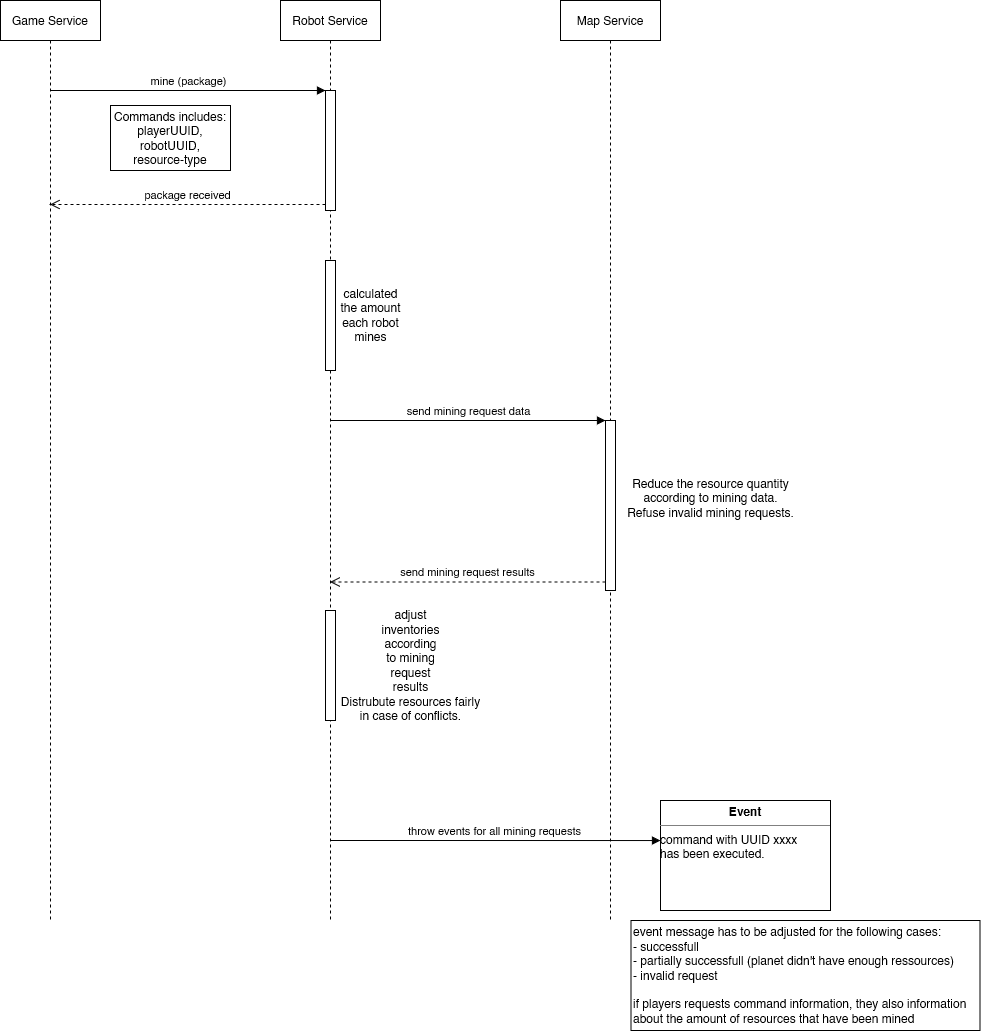
The-Microservice-Dungeon/decisionlog keeps this draw.io diagram as _decisions/images/robot-mining-seq.png. Above is the earlier version. Source tidied: cells renumbered, new cells last; positions are measured from the earlier drawing's top-left corner, leaving out a move shared by most shapes.
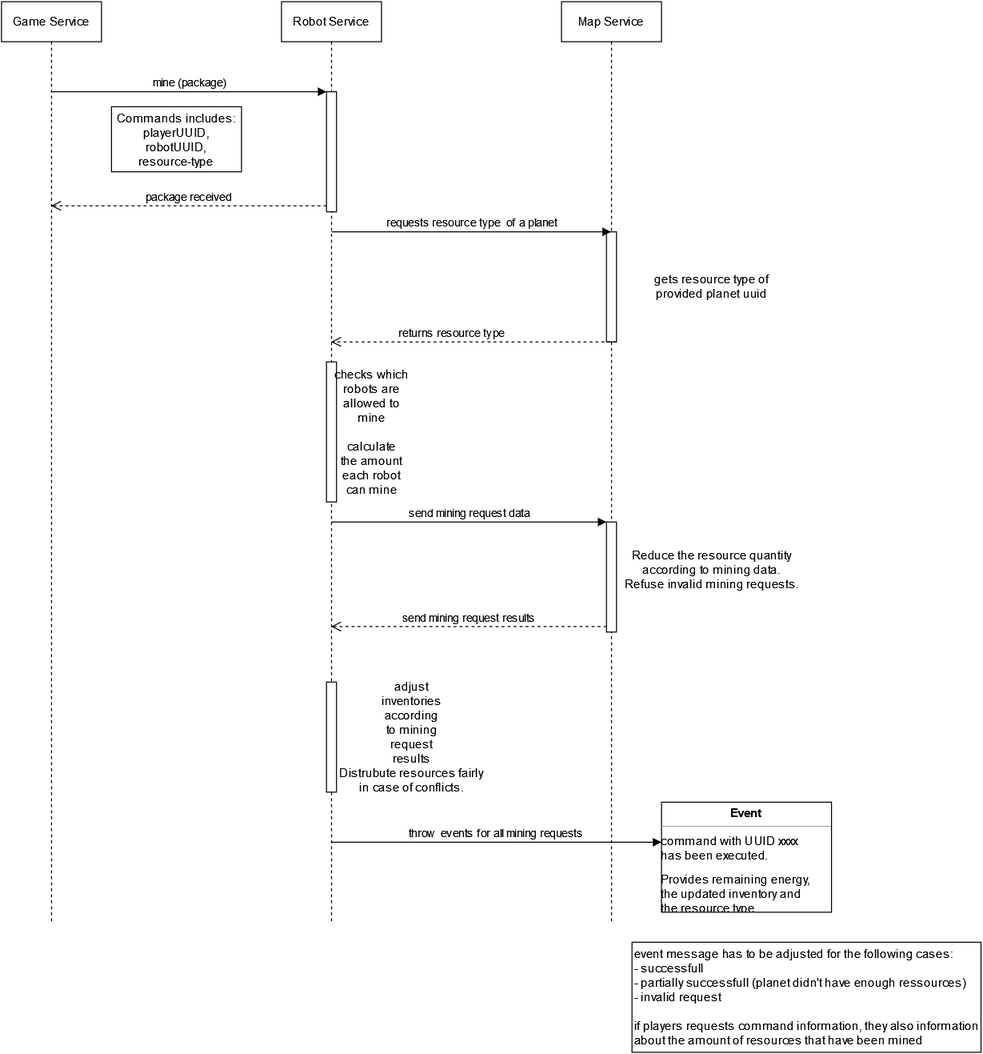
After the commit.

Change to the diagram source:
```diff
@@ -11,17 +11,17 @@
     <mxCell id="4" style="html=1;points=[];perimeter=orthogonalPerimeter;" parent="3" vertex="1">
       <mxGeometry x="45" y="90" width="10" height="120" as="geometry" />
     </mxCell>
-    <mxCell id="5" value="&lt;div&gt;calculated&lt;/div&gt;&lt;div&gt;the amount&lt;/div&gt;&lt;div&gt;each robot&lt;/div&gt;&lt;div&gt;mines&lt;br&gt;&lt;/div&gt;" style="html=1;perimeter=orthogonalPerimeter;spacingLeft=80;" parent="3" vertex="1">
-      <mxGeometry x="45" y="260" width="10" height="110" as="geometry" />
+    <mxCell id="5" value="&lt;div&gt;checks which &lt;br&gt;robots are &lt;br&gt;allowed to &lt;br&gt;mine&lt;br&gt;&lt;br&gt;calculate&lt;/div&gt;&lt;div&gt;the amount&lt;/div&gt;&lt;div&gt;each robot&lt;/div&gt;&lt;div&gt;can mine&lt;br&gt;&lt;/div&gt;" style="html=1;perimeter=orthogonalPerimeter;spacingLeft=80;" parent="3" vertex="1">
+      <mxGeometry x="45" y="360" width="10" height="140" as="geometry" />
     </mxCell>
     <mxCell id="6" value="&lt;div&gt;adjust&lt;/div&gt;&lt;div&gt;inventories&lt;/div&gt;&lt;div&gt;according&lt;/div&gt;&lt;div&gt;to mining&lt;/div&gt;&lt;div&gt;request&lt;/div&gt;&lt;div&gt;results&lt;/div&gt;&lt;div&gt;&lt;div&gt;Distrubute resources fairly&lt;/div&gt;&lt;div&gt;in case of conflicts.&lt;/div&gt;&lt;/div&gt;" style="html=1;perimeter=orthogonalPerimeter;spacingLeft=160;" parent="3" vertex="1">
-      <mxGeometry x="45" y="610" width="10" height="110" as="geometry" />
+      <mxGeometry x="45" y="680" width="10" height="110" as="geometry" />
     </mxCell>
-    <mxCell id="7" value="&lt;p style=&quot;margin: 0px ; margin-top: 4px ; text-align: center&quot;&gt;&lt;b&gt;Event&lt;/b&gt;&lt;/p&gt;&lt;hr size=&quot;1&quot;&gt;&lt;div style=&quot;height: 2px&quot;&gt;command with UUID xxxx&lt;/div&gt;&lt;div style=&quot;height: 2px&quot;&gt;&lt;br&gt;&lt;/div&gt;&lt;div style=&quot;height: 2px&quot;&gt;&lt;br&gt;&lt;/div&gt;&lt;div style=&quot;height: 2px&quot;&gt;&lt;br&gt;&lt;/div&gt;&lt;div style=&quot;height: 2px&quot;&gt;&lt;br&gt;&lt;/div&gt;&lt;div style=&quot;height: 2px&quot;&gt;&lt;br&gt;&lt;/div&gt;&lt;div style=&quot;height: 2px&quot;&gt;&lt;br&gt;&lt;/div&gt;&lt;div style=&quot;height: 2px&quot;&gt;has been executed.&lt;/div&gt;&lt;div style=&quot;height: 2px&quot;&gt;&lt;br&gt;&lt;/div&gt;&lt;div style=&quot;height: 2px&quot;&gt;&lt;br&gt;&lt;/div&gt;&lt;div style=&quot;height: 2px&quot;&gt;&lt;br&gt;&lt;/div&gt;&lt;div style=&quot;height: 2px&quot;&gt;&lt;br&gt;&lt;/div&gt;&lt;div style=&quot;height: 2px&quot;&gt;&lt;br&gt;&lt;/div&gt;&lt;div style=&quot;height: 2px&quot;&gt;&lt;br&gt;&lt;/div&gt;&lt;div style=&quot;height: 2px&quot;&gt;&lt;br&gt;&lt;/div&gt;&lt;div style=&quot;height: 2px&quot;&gt;&lt;br&gt;&lt;/div&gt;&lt;div style=&quot;height: 2px&quot;&gt;&lt;br&gt;&lt;/div&gt;&lt;div style=&quot;height: 2px&quot;&gt;&lt;br&gt;&lt;/div&gt;&lt;div style=&quot;height: 2px&quot;&gt;&lt;br&gt;&lt;/div&gt;&lt;div style=&quot;height: 2px&quot;&gt;&lt;br&gt;&lt;/div&gt;" style="verticalAlign=top;align=left;overflow=fill;fontSize=12;fontFamily=Helvetica;html=1;" parent="1" vertex="1">
+    <mxCell id="7" value="&lt;p style=&quot;margin: 0px ; margin-top: 4px ; text-align: center&quot;&gt;&lt;b&gt;Event&lt;/b&gt;&lt;/p&gt;&lt;hr size=&quot;1&quot;&gt;&lt;div style=&quot;height: 2px&quot;&gt;command with UUID xxxx&lt;/div&gt;&lt;div style=&quot;height: 2px&quot;&gt;&lt;br&gt;&lt;/div&gt;&lt;div style=&quot;height: 2px&quot;&gt;&lt;br&gt;&lt;/div&gt;&lt;div style=&quot;height: 2px&quot;&gt;&lt;br&gt;&lt;/div&gt;&lt;div style=&quot;height: 2px&quot;&gt;&lt;br&gt;&lt;/div&gt;&lt;div style=&quot;height: 2px&quot;&gt;&lt;br&gt;&lt;/div&gt;&lt;div style=&quot;height: 2px&quot;&gt;&lt;br&gt;&lt;/div&gt;&lt;div style=&quot;height: 2px&quot;&gt;has been executed.&lt;/div&gt;&lt;div style=&quot;height: 2px&quot;&gt;&lt;br&gt;&lt;/div&gt;&lt;div style=&quot;height: 2px&quot;&gt;&lt;br&gt;&lt;/div&gt;&lt;div style=&quot;height: 2px&quot;&gt;&lt;br&gt;&lt;/div&gt;&lt;div style=&quot;height: 2px&quot;&gt;&lt;br&gt;&lt;/div&gt;&lt;div style=&quot;height: 2px&quot;&gt;&lt;br&gt;&lt;/div&gt;&lt;div style=&quot;height: 2px&quot;&gt;&lt;br&gt;&lt;/div&gt;&lt;div style=&quot;height: 2px&quot;&gt;&lt;br&gt;&lt;/div&gt;&lt;div style=&quot;height: 2px&quot;&gt;&lt;br&gt;&lt;/div&gt;&lt;div style=&quot;height: 2px&quot;&gt;&lt;br&gt;&lt;/div&gt;&lt;div style=&quot;height: 2px&quot;&gt;&lt;br&gt;&lt;/div&gt;&lt;div style=&quot;height: 2px&quot;&gt;&lt;br&gt;&lt;/div&gt;&lt;div style=&quot;height: 2px&quot;&gt;Provides remaining energy,&lt;br&gt;the updated inventory and&lt;br&gt;the resource type&lt;br&gt;&lt;/div&gt;&lt;div style=&quot;height: 2px&quot;&gt;&lt;br&gt;&lt;/div&gt;" style="verticalAlign=top;align=left;overflow=fill;fontSize=12;fontFamily=Helvetica;html=1;" parent="1" vertex="1">
       <mxGeometry x="660" y="800" width="170" height="110" as="geometry" />
     </mxCell>
     <mxCell id="8" value="&lt;div&gt;Commands includes:&lt;/div&gt;&lt;div&gt;playerUUID, robotUUID,&lt;/div&gt;&lt;div&gt;resource-type&lt;/div&gt;" style="rounded=0;whiteSpace=wrap;html=1;" parent="1" vertex="1">
-      <mxGeometry x="110" y="105" width="120" height="65" as="geometry" />
+      <mxGeometry x="110" y="105" width="130" height="65" as="geometry" />
     </mxCell>
     <mxCell id="9" value="mine (package)" style="html=1;verticalAlign=bottom;endArrow=block;entryX=0;entryY=0;rounded=0;" parent="1" edge="1" source="2" target="4">
       <mxGeometry relative="1" as="geometry" />
@@ -33,8 +33,11 @@
       <mxGeometry x="560" width="100" height="920" as="geometry" />
     </mxCell>
     <mxCell id="12" value="&lt;div&gt;Reduce the resource quantity&lt;/div&gt;&lt;div&gt;according to mining data.&lt;/div&gt;&lt;div&gt;Refuse invalid mining requests.&lt;br&gt;&lt;/div&gt;&lt;div&gt;&lt;br&gt;&lt;/div&gt;" style="html=1;points=[];perimeter=orthogonalPerimeter;spacingLeft=200;" parent="11" vertex="1">
-      <mxGeometry x="45" y="420" width="10" height="170" as="geometry" />
+      <mxGeometry x="45" y="520" width="10" height="110" as="geometry" />
     </mxCell>
+    <mxCell id="17" value="gets resource type of &lt;br&gt;provided planet uuid" style="html=1;perimeter=orthogonalPerimeter;spacingLeft=200;" parent="11" vertex="1">
+      <mxGeometry x="45" y="230" width="10" height="110" as="geometry" />
+    </mxCell>
     <mxCell id="13" value="&lt;div&gt;send mining request data&lt;br&gt;&lt;/div&gt;" style="html=1;verticalAlign=bottom;endArrow=block;entryX=0;entryY=0;rounded=0;" parent="1" edge="1" source="3" target="12">
       <mxGeometry relative="1" as="geometry" />
     </mxCell>
@@ -42,7 +45,7 @@
       <mxGeometry relative="1" as="geometry" />
     </mxCell>
     <mxCell id="15" value="&lt;div&gt;event message has to be adjusted for the following cases:&lt;/div&gt;&lt;div&gt;- successfull&lt;/div&gt;&lt;div&gt;- partially successfull (planet didn't have enough ressources)&lt;/div&gt;&lt;div&gt;- invalid request&lt;br&gt;&lt;/div&gt;&lt;div&gt;&lt;br&gt;&lt;/div&gt;&lt;div&gt;if players requests command information, they also information&lt;/div&gt;&lt;div&gt;about the amount of resources that have been mined&lt;br&gt;&lt;/div&gt;" style="rounded=0;whiteSpace=wrap;html=1;align=left;" parent="1" vertex="1">
-      <mxGeometry x="630.5" y="920" width="349" height="110" as="geometry" />
+      <mxGeometry x="630.5" y="940" width="349" height="110" as="geometry" />
     </mxCell>
     <mxCell id="16" value="throw events for all mining requests" style="html=1;verticalAlign=bottom;endArrow=block;rounded=0;entryX=0;entryY=0.364;entryDx=0;entryDy=0;entryPerimeter=0;" parent="1" edge="1" source="3" target="7">
       <mxGeometry relative="1" as="geometry">
@@ -51,5 +54,15 @@
         </Array>
       </mxGeometry>
     </mxCell>
+    <mxCell id="18" value="requests resource type&amp;nbsp; of a planet" style="html=1;verticalAlign=bottom;endArrow=block;rounded=0;" parent="1" edge="1" target="11">
+      <mxGeometry relative="1" as="geometry">
+        <mxPoint x="330" y="230" as="sourcePoint" />
+      </mxGeometry>
+    </mxCell>
+    <mxCell id="19" value="returns resource type" style="html=1;verticalAlign=bottom;endArrow=open;dashed=1;endSize=8;exitX=0;exitY=0.95;rounded=0;" parent="1" edge="1" target="3">
+      <mxGeometry x="0.16" relative="1" as="geometry">
+        <mxPoint x="615" y="340" as="sourcePoint" />
+      </mxGeometry>
+    </mxCell>
   </root>
 </mxGraphModel>
```
